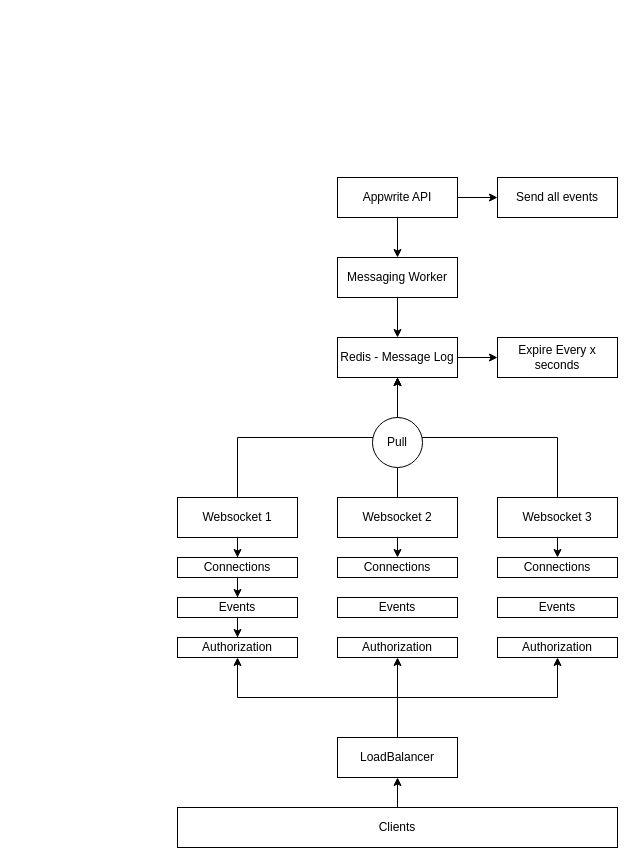
Above: docs/specs/realtime.drawio in silverknight59222/appwrite (draw.io), before the change. Source tidied: cells renumbered, new cells numbered last; positions are measured from the earlier drawing's top-left corner, leaving out a move shared by most shapes. Both pictures are drawn from the tidied source at 100%, with x=0, y=0 at pixel (177, 177).
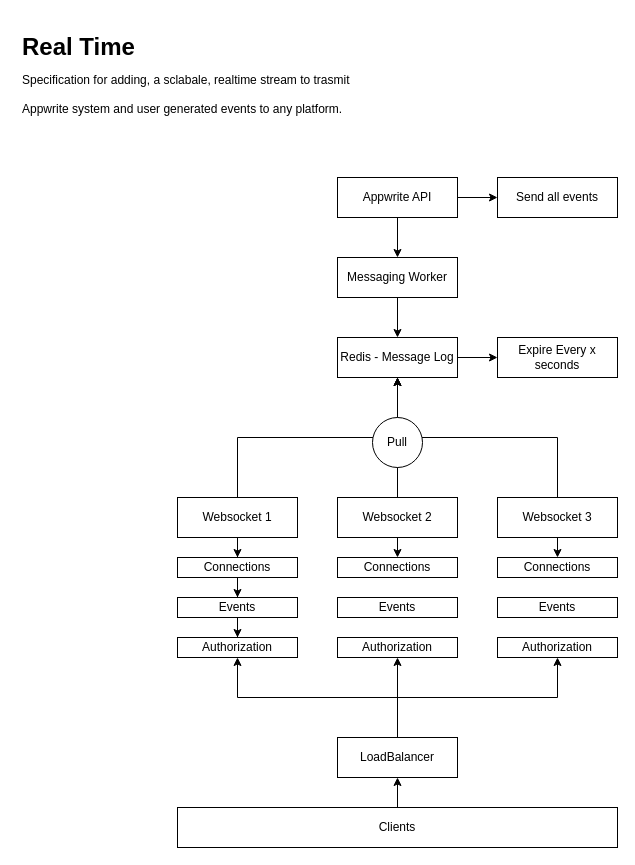
The same page after the edit.

What changed in the source:
```diff
@@
+    <mxCell id="38" value="&lt;h1&gt;&lt;span&gt;Real Time&lt;br&gt;&lt;/span&gt;&lt;span style=&quot;font-size: 12px ; font-weight: normal&quot;&gt;Specification for adding, a sclabale, realtime stream to trasmit Appwrite system and user generated events to any platform.&lt;/span&gt;&lt;br&gt;&lt;/h1&gt;" style="text;html=1;spacing=5;spacingTop=-20;whiteSpace=wrap;overflow=hidden;rounded=0;labelBackgroundColor=none;" parent="1" vertex="1">
+      <mxGeometry x="-160" y="-150" width="370" height="90" as="geometry" />
+    </mxCell>
```
